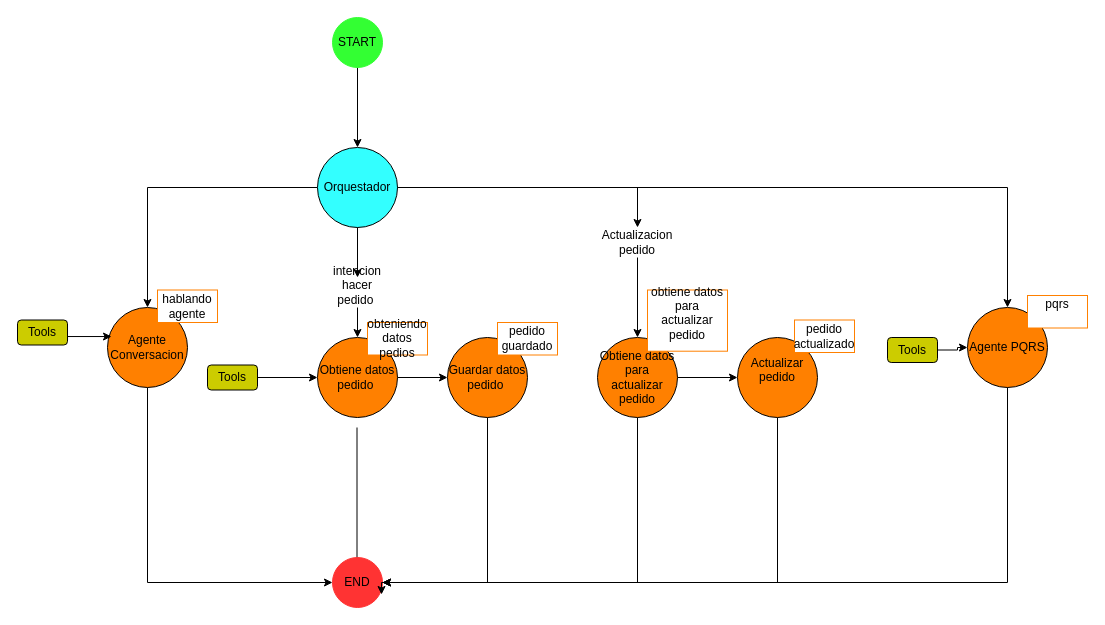
Sebastiang22/plantilla_chatbot keeps this draw.io diagram as diagrama_restaurante.drawio. Above is the earlier version. Source tidied: cells renumbered, new cells numbered last; positions are measured from the earlier drawing's top-left corner, leaving out a move shared by most shapes. Both pictures are drawn from the tidied source at 100%, with x=0, y=0 at pixel (17, 17).
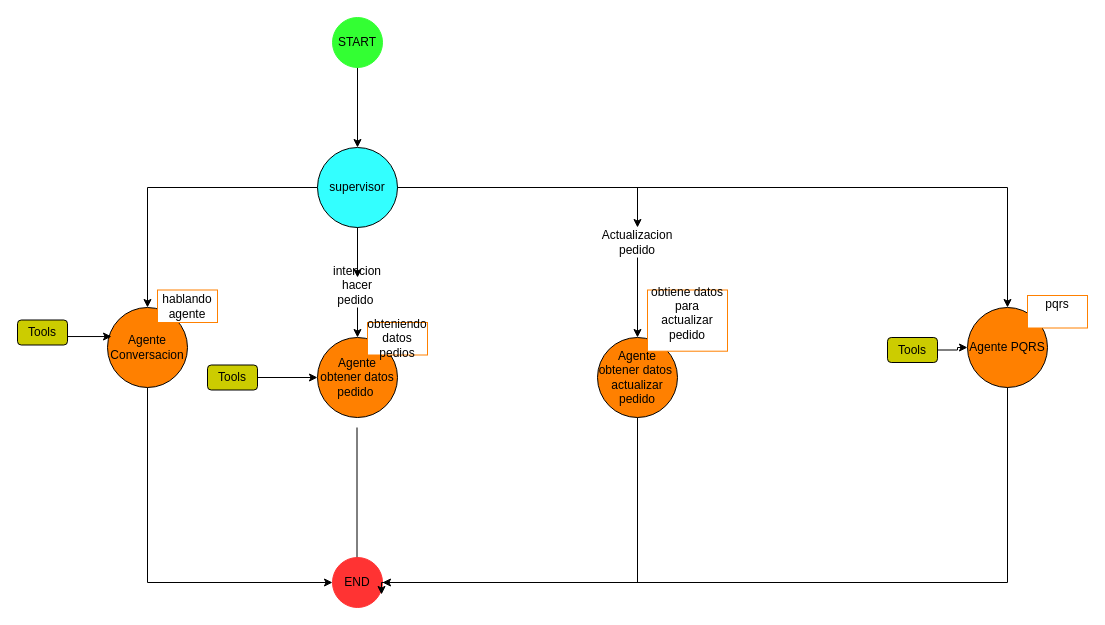
The same diagram, later.

Unchanged cells that the change refers to:
```xml
<mxCell id="14" value="END" style="ellipse;whiteSpace=wrap;html=1;strokeColor=#FF3333;fillColor=#FF3333;" parent="1" vertex="1">
  <mxGeometry x="315" y="540" width="50" height="50" as="geometry" />
</mxCell>
```

Change to the diagram source:
```diff
@@
-    <mxCell id="6" value="Orquestador" style="ellipse;whiteSpace=wrap;html=1;fillColor=#33FFFF;" parent="1" vertex="1">
+    <mxCell id="6" value="supervisor" style="ellipse;whiteSpace=wrap;html=1;fillColor=#33FFFF;" parent="1" vertex="1">
       <mxGeometry x="300" y="130" width="80" height="80" as="geometry" />
     </mxCell>
@@
-    <mxCell id="10" style="edgeStyle=orthogonalEdgeStyle;rounded=0;jettySize=auto;html=1;" parent="1" edge="1" source="11" target="20">
-      <mxGeometry relative="1" as="geometry" />
-    </mxCell>
-    <mxCell id="11" value="Obtiene datos pedido&amp;nbsp;" style="ellipse;whiteSpace=wrap;html=1;fillColor=#FF8000;" parent="1" vertex="1">
+    <mxCell id="11" value="Agente obtener datos pedido&amp;nbsp;" style="ellipse;whiteSpace=wrap;html=1;fillColor=#FF8000;" parent="1" vertex="1">
       <mxGeometry x="300" y="320" width="80" height="80" as="geometry" />
     </mxCell>
@@
-    <mxCell id="19" style="edgeStyle=orthogonalEdgeStyle;rounded=0;jettySize=auto;html=1;exitX=0.5;exitY=1;exitDx=0;exitDy=0;entryX=1;entryY=0.5;entryDx=0;entryDy=0;" parent="1" edge="1" source="20" target="14">
-      <mxGeometry relative="1" as="geometry" />
-    </mxCell>
-    <mxCell id="20" value="Guardar datos pedido&amp;nbsp;" style="ellipse;whiteSpace=wrap;html=1;fillColor=#FF8000;" parent="1" vertex="1">
-      <mxGeometry x="430" y="320" width="80" height="80" as="geometry" />
-    </mxCell>
-    <mxCell id="21" style="edgeStyle=orthogonalEdgeStyle;rounded=0;jettySize=auto;html=1;exitX=0.5;exitY=1;exitDx=0;exitDy=0;entryX=1;entryY=0.5;entryDx=0;entryDy=0;" parent="1" edge="1" source="22" target="14">
-      <mxGeometry relative="1" as="geometry" />
-    </mxCell>
-    <mxCell id="22" value="Actualizar pedido&lt;div&gt;&lt;br&gt;&lt;/div&gt;" style="ellipse;whiteSpace=wrap;html=1;fillColor=#FF8000;" parent="1" vertex="1">
-      <mxGeometry x="720" y="320" width="80" height="80" as="geometry" />
-    </mxCell>
-    <mxCell id="23" style="edgeStyle=orthogonalEdgeStyle;rounded=0;jettySize=auto;html=1;exitX=1;exitY=0.5;exitDx=0;exitDy=0;entryX=0;entryY=0.5;entryDx=0;entryDy=0;" parent="1" edge="1" source="25" target="22">
-      <mxGeometry relative="1" as="geometry" />
-    </mxCell>
@@
-    <mxCell id="25" value="Obtiene datos para actualizar pedido" style="ellipse;whiteSpace=wrap;html=1;fillColor=#FF8000;" parent="1" vertex="1">
+    <mxCell id="25" value="Agente obtener datos&amp;nbsp; actualizar pedido" style="ellipse;whiteSpace=wrap;html=1;fillColor=#FF8000;" parent="1" vertex="1">
       <mxGeometry x="580" y="320" width="80" height="80" as="geometry" />
     </mxCell>
@@
-    <mxCell id="36" value="pedido guardado" style="rounded=0;whiteSpace=wrap;html=1;strokeColor=#FF8000;" parent="1" vertex="1">
-      <mxGeometry x="480" y="305" width="60" height="32.5" as="geometry" />
-    </mxCell>
@@
-    <mxCell id="38" value="pedido actualizado" style="rounded=0;whiteSpace=wrap;html=1;strokeColor=#FF8000;" parent="1" vertex="1">
-      <mxGeometry x="777" y="302.5" width="60" height="32.5" as="geometry" />
-    </mxCell>
```
